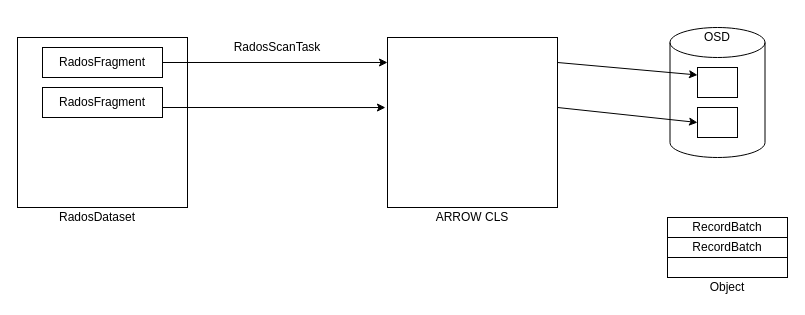
Above: arrow-cls-2.drawio in JayjeetAtGithub/draw.io (draw.io), before the change. Source tidied: cells renumbered, new cells numbered last; positions are measured from the earlier drawing's top-left corner, leaving out a move shared by most shapes. Both pictures are drawn from the tidied source at 100%, with x=0, y=0 at pixel (17, 27).
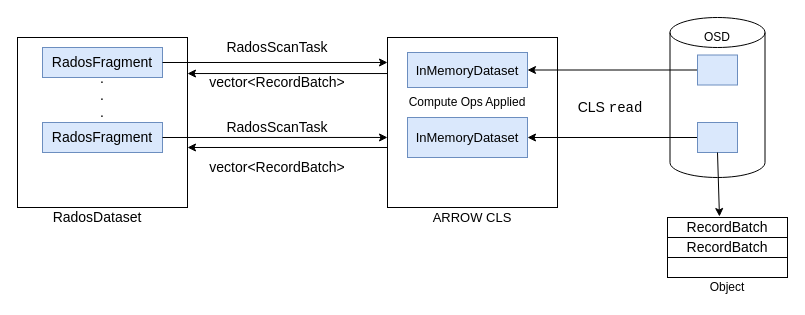
Above is the later version.

Unchanged cells that the change refers to:
```xml
<mxCell id="2" style="whiteSpace=wrap;html=1;" parent="1" vertex="1">
  <mxGeometry y="10" width="170" height="170" as="geometry" />
</mxCell>
<mxCell id="3" style="whiteSpace=wrap;html=1;" parent="1" vertex="1">
  <mxGeometry x="370" y="10" width="170" height="170" as="geometry" />
</mxCell>
```

Diff of the diagram source:
```diff
@@
-    <mxCell id="4" value="RadosFragment" style="rounded=0;whiteSpace=wrap;html=1;" parent="1" vertex="1">
+    <mxCell id="4" value="&lt;font style=&quot;font-size: 14px&quot;&gt;RadosFragment&lt;/font&gt;" style="rounded=0;whiteSpace=wrap;html=1;fillColor=#dae8fc;strokeColor=#6c8ebf;" parent="1" vertex="1">
       <mxGeometry x="25" y="20" width="120" height="30" as="geometry" />
     </mxCell>
-    <mxCell id="5" value="RadosFragment" style="rounded=0;whiteSpace=wrap;html=1;" parent="1" vertex="1">
-      <mxGeometry x="25" y="60" width="120" height="30" as="geometry" />
+    <mxCell id="5" value="&lt;font style=&quot;font-size: 14px&quot;&gt;RadosFragment&lt;/font&gt;" style="rounded=0;whiteSpace=wrap;html=1;fillColor=#dae8fc;strokeColor=#6c8ebf;" parent="1" vertex="1">
+      <mxGeometry x="25" y="95" width="120" height="30" as="geometry" />
     </mxCell>
-    <mxCell id="6" value="RadosDataset" style="text;html=1;strokeColor=none;fillColor=none;align=center;verticalAlign=middle;whiteSpace=wrap;rounded=0;" parent="1" vertex="1">
+    <mxCell id="6" value="&lt;font style=&quot;font-size: 14px&quot;&gt;RadosDataset&lt;/font&gt;" style="text;html=1;strokeColor=none;fillColor=none;align=center;verticalAlign=middle;whiteSpace=wrap;rounded=0;" parent="1" vertex="1">
       <mxGeometry x="60" y="180" width="40" height="20" as="geometry" />
     </mxCell>
-    <mxCell id="7" value="ARROW CLS" style="text;html=1;strokeColor=none;fillColor=none;align=center;verticalAlign=middle;whiteSpace=wrap;rounded=0;" parent="1" vertex="1">
+    <mxCell id="7" value="&lt;font style=&quot;font-size: 13px&quot;&gt;ARROW CLS&lt;/font&gt;" style="text;html=1;strokeColor=none;fillColor=none;align=center;verticalAlign=middle;whiteSpace=wrap;rounded=0;" parent="1" vertex="1">
       <mxGeometry x="400" y="180" width="110" height="20" as="geometry" />
     </mxCell>
     <mxCell id="8" style="shape=cylinder3;whiteSpace=wrap;html=1;boundedLbl=1;backgroundOutline=1;size=15;" parent="1" vertex="1">
-      <mxGeometry x="652.5" width="95" height="130" as="geometry" />
+      <mxGeometry x="652.5" y="-10" width="95" height="160" as="geometry" />
     </mxCell>
+    <mxCell id="21" style="edgeStyle=orthogonalEdgeStyle;rounded=0;jettySize=auto;html=1;exitX=0;exitY=0.5;exitDx=0;exitDy=0;" parent="1" edge="1" source="9" target="34">
+      <mxGeometry relative="1" as="geometry" />
+    </mxCell>
-    <mxCell id="9" style="rounded=0;whiteSpace=wrap;html=1;" parent="1" vertex="1">
-      <mxGeometry x="680" y="80" width="40" height="30" as="geometry" />
+    <mxCell id="9" style="rounded=0;whiteSpace=wrap;html=1;fillColor=#dae8fc;strokeColor=#6c8ebf;" parent="1" vertex="1">
+      <mxGeometry x="680" y="95" width="40" height="30" as="geometry" />
     </mxCell>
+    <mxCell id="22" style="edgeStyle=orthogonalEdgeStyle;rounded=0;jettySize=auto;html=1;exitX=0;exitY=0.5;exitDx=0;exitDy=0;entryX=1;entryY=0.5;entryDx=0;entryDy=0;" parent="1" edge="1" source="10" target="33">
+      <mxGeometry relative="1" as="geometry" />
+    </mxCell>
-    <mxCell id="10" style="rounded=0;whiteSpace=wrap;html=1;" parent="1" vertex="1">
-      <mxGeometry x="680" y="40" width="40" height="30" as="geometry" />
+    <mxCell id="10" style="rounded=0;whiteSpace=wrap;html=1;fillColor=#dae8fc;strokeColor=#6c8ebf;" parent="1" vertex="1">
+      <mxGeometry x="680" y="27.5" width="40" height="30" as="geometry" />
     </mxCell>
@@
-    <mxCell id="12" value="RecordBatch" style="rounded=0;whiteSpace=wrap;html=1;" parent="1" vertex="1">
+    <mxCell id="12" value="&lt;font style=&quot;font-size: 14px&quot;&gt;RecordBatch&lt;/font&gt;" style="rounded=0;whiteSpace=wrap;html=1;" parent="1" vertex="1">
       <mxGeometry x="650" y="190" width="120" height="20" as="geometry" />
     </mxCell>
-    <mxCell id="13" value="RecordBatch" style="rounded=0;whiteSpace=wrap;html=1;" parent="1" vertex="1">
+    <mxCell id="13" value="&lt;font style=&quot;font-size: 14px&quot;&gt;RecordBatch&lt;/font&gt;" style="rounded=0;whiteSpace=wrap;html=1;" parent="1" vertex="1">
       <mxGeometry x="650" y="210" width="120" height="20" as="geometry" />
     </mxCell>
@@
-    <mxCell id="17" style="endArrow=classic;html=1;entryX=0;entryY=0.25;entryDx=0;entryDy=0;" parent="1" edge="1" target="10">
-      <mxGeometry relative="1" as="geometry">
-        <mxPoint x="540" y="35" as="sourcePoint" />
-      </mxGeometry>
-    </mxCell>
-    <mxCell id="18" style="endArrow=classic;html=1;entryX=-0.012;entryY=0.412;entryDx=0;entryDy=0;entryPerimeter=0;" parent="1" edge="1" target="3">
-      <mxGeometry relative="1" as="geometry">
-        <mxPoint x="145" y="80" as="sourcePoint" />
-      </mxGeometry>
-    </mxCell>
-    <mxCell id="19" style="endArrow=classic;html=1;entryX=0;entryY=0.5;entryDx=0;entryDy=0;" parent="1" edge="1" target="9">
-      <mxGeometry relative="1" as="geometry">
-        <mxPoint x="540" y="80" as="sourcePoint" />
-      </mxGeometry>
-    </mxCell>
-    <mxCell id="20" value="RadosScanTask" style="text;html=1;strokeColor=none;fillColor=none;align=center;verticalAlign=middle;whiteSpace=wrap;rounded=0;" parent="1" vertex="1">
+    <mxCell id="20" value="&lt;font style=&quot;font-size: 14px&quot;&gt;RadosScanTask&lt;/font&gt;" style="text;html=1;strokeColor=none;fillColor=none;align=center;verticalAlign=middle;whiteSpace=wrap;rounded=0;" parent="1" vertex="1">
       <mxGeometry x="240" y="10" width="40" height="20" as="geometry" />
     </mxCell>
+    <mxCell id="23" value="&lt;font style=&quot;font-size: 14px&quot;&gt;RadosScanTask&lt;/font&gt;" style="text;html=1;strokeColor=none;fillColor=none;align=center;verticalAlign=middle;whiteSpace=wrap;rounded=0;" parent="1" vertex="1">
+      <mxGeometry x="240" y="90" width="40" height="20" as="geometry" />
+    </mxCell>
+    <mxCell id="24" style="edgeStyle=orthogonalEdgeStyle;rounded=0;orthogonalLoop=1;jettySize=auto;html=1;exitX=0.5;exitY=1;exitDx=0;exitDy=0;" parent="1" edge="1" source="23" target="23">
+      <mxGeometry relative="1" as="geometry" />
+    </mxCell>
+    <mxCell id="25" value="&lt;font style=&quot;font-size: 14px&quot;&gt;CLS &lt;font face=&quot;Courier New&quot;&gt;read&lt;/font&gt;&lt;/font&gt;" style="text;html=1;strokeColor=none;fillColor=none;align=center;verticalAlign=middle;whiteSpace=wrap;rounded=0;rotation=0;" parent="1" vertex="1">
+      <mxGeometry x="532.5" y="70" width="120" height="20" as="geometry" />
+    </mxCell>
+    <mxCell id="26" style="endArrow=classic;html=1;exitX=0.5;exitY=1;exitDx=0;exitDy=0;entryX=0.433;entryY=-0.05;entryDx=0;entryDy=0;entryPerimeter=0;" parent="1" edge="1" source="9" target="12">
+      <mxGeometry relative="1" as="geometry" />
+    </mxCell>
+    <mxCell id="27" value="&lt;font style=&quot;font-size: 14px&quot;&gt;vector&amp;lt;RecordBatch&amp;gt;&lt;/font&gt;" style="text;html=1;strokeColor=none;fillColor=none;align=center;verticalAlign=middle;whiteSpace=wrap;rounded=0;" parent="1" vertex="1">
+      <mxGeometry x="240" y="130" width="40" height="20" as="geometry" />
+    </mxCell>
+    <mxCell id="28" style="endArrow=classic;html=1;entryX=0;entryY=0.588;entryDx=0;entryDy=0;entryPerimeter=0;" parent="1" edge="1" target="3">
+      <mxGeometry relative="1" as="geometry">
+        <mxPoint x="145" y="110" as="sourcePoint" />
+      </mxGeometry>
+    </mxCell>
+    <mxCell id="29" style="endArrow=classic;html=1;entryX=1;entryY=0.647;entryDx=0;entryDy=0;entryPerimeter=0;" parent="1" edge="1" target="2">
+      <mxGeometry relative="1" as="geometry">
+        <mxPoint x="370" y="120" as="sourcePoint" />
+      </mxGeometry>
+    </mxCell>
+    <mxCell id="30" style="endArrow=classic;html=1;exitX=0;exitY=0.212;exitDx=0;exitDy=0;exitPerimeter=0;entryX=1;entryY=0.212;entryDx=0;entryDy=0;entryPerimeter=0;" parent="1" edge="1" source="3" target="2">
+      <mxGeometry relative="1" as="geometry" />
+    </mxCell>
+    <mxCell id="31" value="&lt;font style=&quot;font-size: 14px&quot;&gt;vector&amp;lt;RecordBatch&amp;gt;&lt;/font&gt;" style="text;html=1;strokeColor=none;fillColor=none;align=center;verticalAlign=middle;whiteSpace=wrap;rounded=0;" parent="1" vertex="1">
+      <mxGeometry x="240" y="45" width="40" height="20" as="geometry" />
+    </mxCell>
+    <mxCell id="32" value="&lt;font style=&quot;font-size: 14px&quot;&gt;.&lt;br&gt;.&lt;br&gt;.&lt;/font&gt;" style="text;html=1;strokeColor=none;fillColor=none;align=center;verticalAlign=middle;whiteSpace=wrap;rounded=0;" parent="1" vertex="1">
+      <mxGeometry x="65" y="50" width="40" height="35" as="geometry" />
+    </mxCell>
+    <mxCell id="33" value="&lt;font style=&quot;font-size: 13px&quot;&gt;InMemoryDataset&lt;/font&gt;" style="rounded=0;whiteSpace=wrap;html=1;fillColor=#dae8fc;strokeColor=#6c8ebf;" parent="1" vertex="1">
+      <mxGeometry x="390" y="25" width="120" height="35" as="geometry" />
+    </mxCell>
+    <mxCell id="34" value="&lt;span&gt;&lt;font style=&quot;font-size: 13px&quot;&gt;InMemoryDataset&lt;/font&gt;&lt;/span&gt;" style="rounded=0;whiteSpace=wrap;html=1;fillColor=#dae8fc;strokeColor=#6c8ebf;" parent="1" vertex="1">
+      <mxGeometry x="390" y="90" width="120" height="40" as="geometry" />
+    </mxCell>
+    <mxCell id="35" value="Compute Ops Applied" style="text;html=1;strokeColor=none;fillColor=none;align=center;verticalAlign=middle;whiteSpace=wrap;rounded=0;" parent="1" vertex="1">
+      <mxGeometry x="390" y="65" width="120" height="20" as="geometry" />
+    </mxCell>
```
